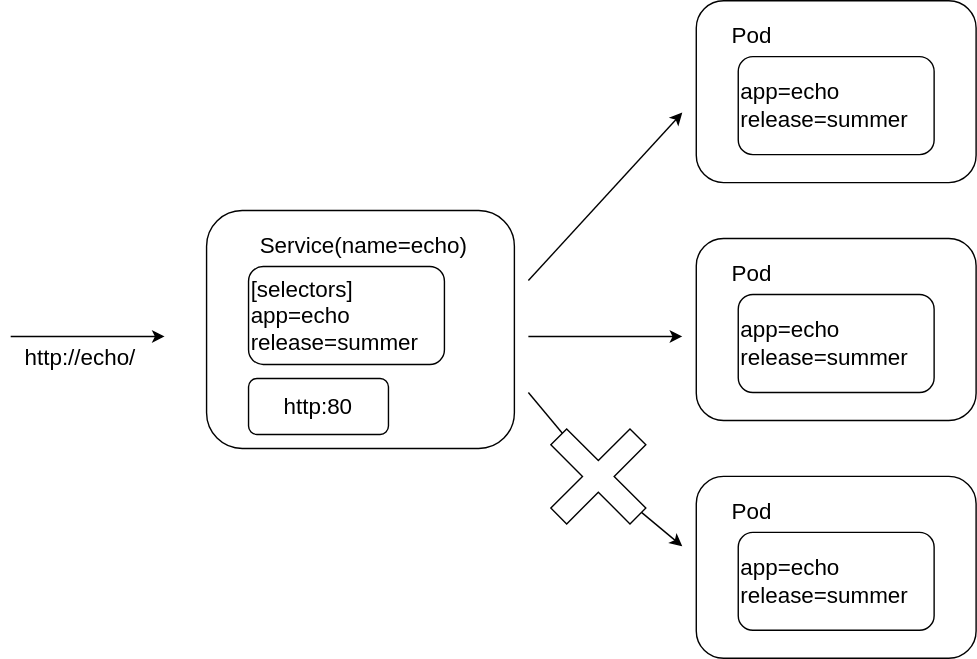
MrMs1/Learning_Docker keeps this draw.io diagram as 06.Kubernetes/04.Service/ServiceとPodの関係.drawio.svg. Above is the earlier version. Source tidied: cells renumbered, new cells last; positions are measured from the earlier drawing's top-left corner, leaving out a move shared by most shapes.
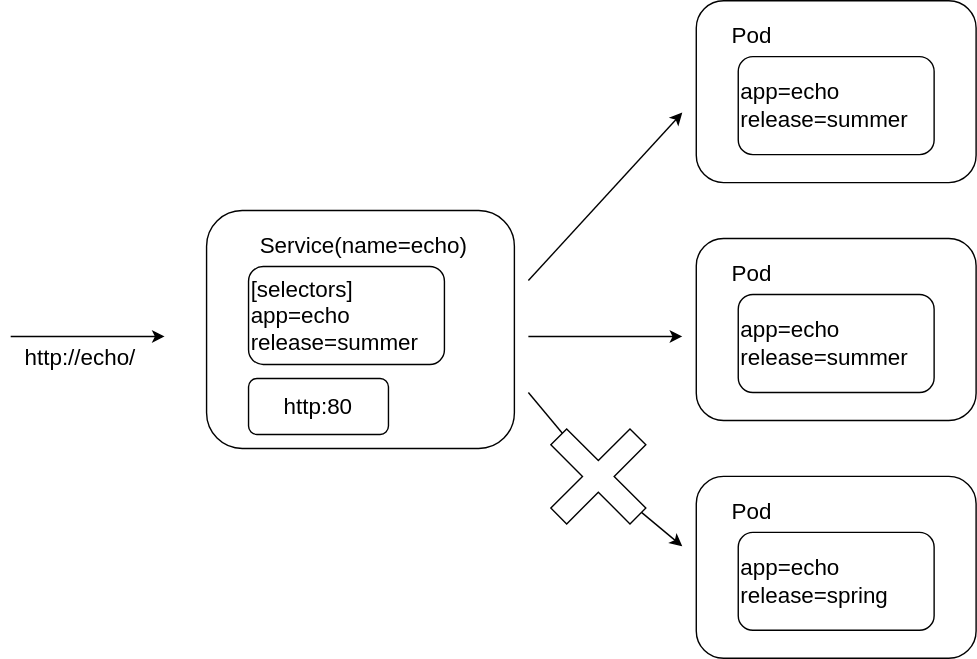
The same file after the commit.

The edit, as a diff of the source:
```diff
@@ -47,7 +47,7 @@
     <mxCell id="16" value="Pod" style="text;html=1;strokeColor=none;fillColor=none;align=center;verticalAlign=middle;whiteSpace=wrap;rounded=0;fontSize=16;" parent="14" vertex="1">
       <mxGeometry x="10" y="10" width="60" height="30" as="geometry" />
     </mxCell>
-    <mxCell id="17" value="app=echo&lt;br&gt;release=summer" style="rounded=1;whiteSpace=wrap;html=1;fontSize=16;align=left;" parent="14" vertex="1">
+    <mxCell id="17" value="app=echo&lt;br&gt;release=spring" style="rounded=1;whiteSpace=wrap;html=1;fontSize=16;align=left;" parent="14" vertex="1">
       <mxGeometry x="30" y="40" width="140" height="70" as="geometry" />
     </mxCell>
     <mxCell id="18" style="endArrow=classic;html=1;fontSize=16;" parent="1" edge="1">
```
